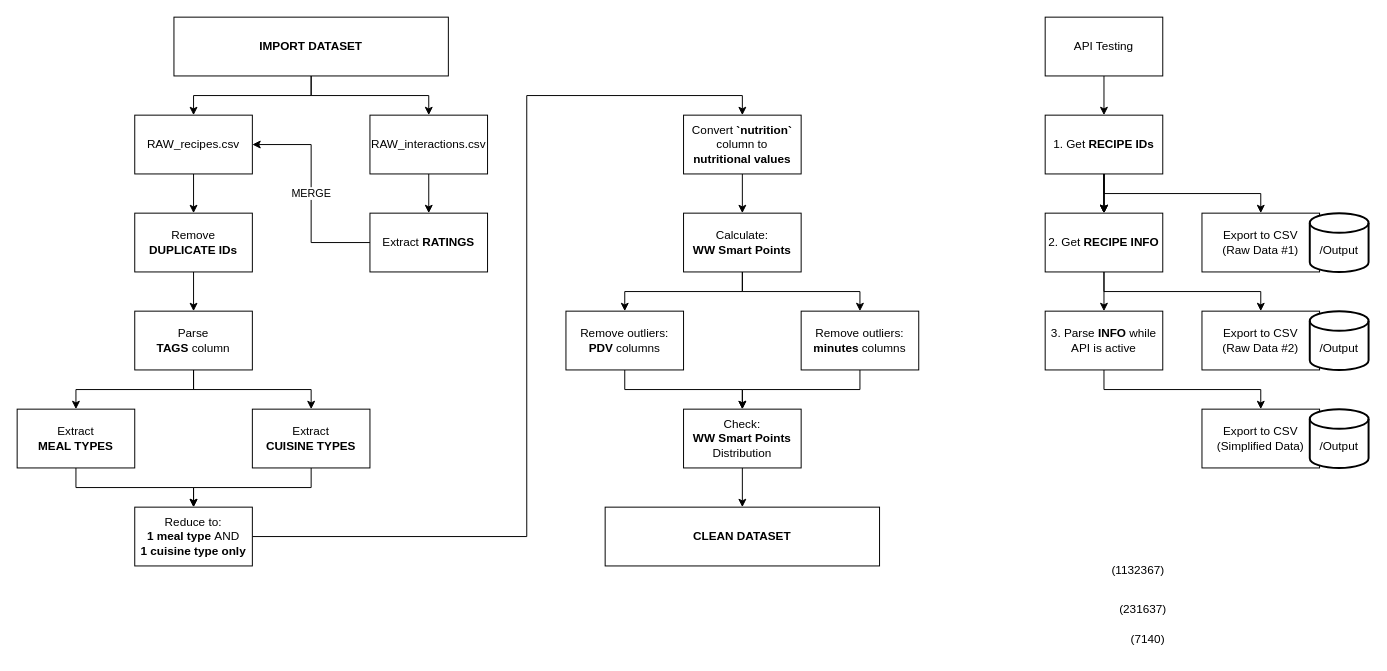
This is data_cleaning_process.drawio from alyssahondrade/Project1, a draw.io file, before an edit. Source tidied: cells renumbered, new cells numbered last; positions are measured from the earlier drawing's top-left corner, leaving out a move shared by most shapes. Both pictures are drawn from the tidied source at 98%, with x=0, y=0 at pixel (17, 17).
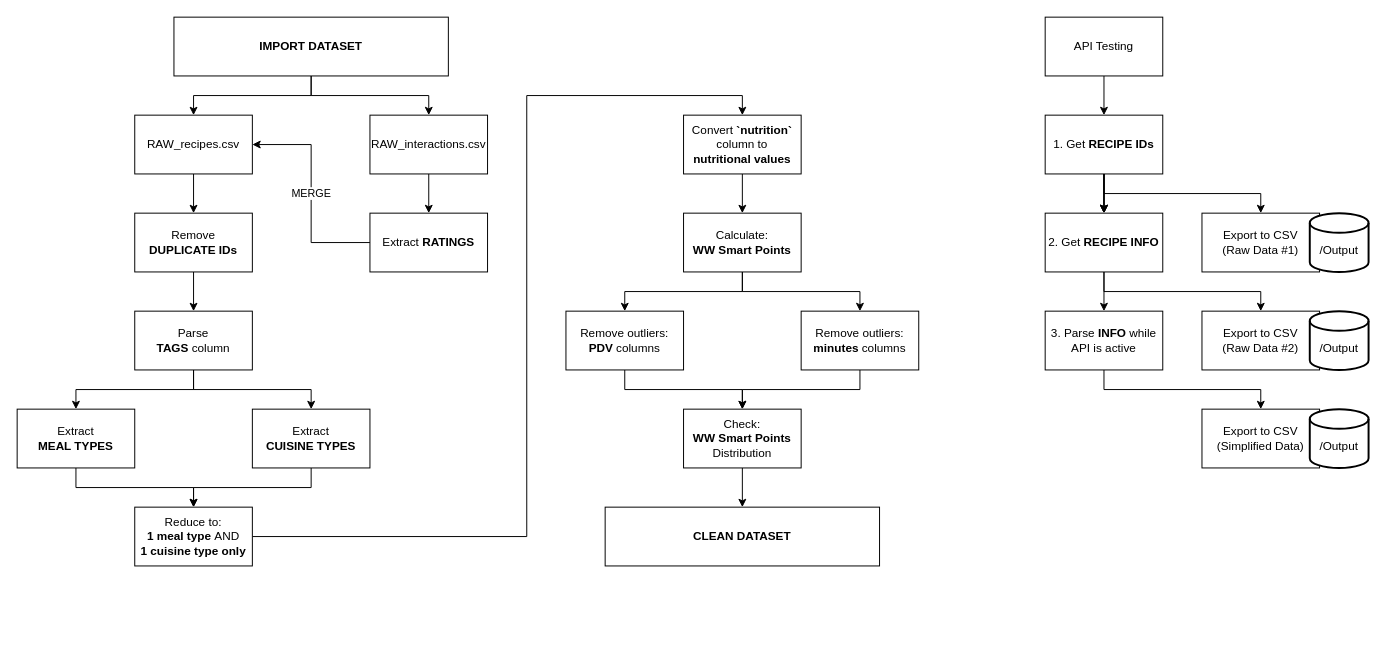
The same page after the edit.

The edit, as a diff of the source:
```diff
@@
-    <mxCell id="46" value="(231637)" style="text;html=1;strokeColor=none;fillColor=none;align=center;verticalAlign=middle;whiteSpace=wrap;rounded=0;fontFamily=Trebuchet MS;" parent="1" vertex="1">
-      <mxGeometry x="1119" y="590" width="60" height="30" as="geometry" />
-    </mxCell>
-    <mxCell id="47" value="(1132367)" style="text;html=1;strokeColor=none;fillColor=none;align=center;verticalAlign=middle;whiteSpace=wrap;rounded=0;fontFamily=Trebuchet MS;" parent="1" vertex="1">
-      <mxGeometry x="1109" y="550" width="70" height="30" as="geometry" />
-    </mxCell>
-    <mxCell id="48" value="(7140)" style="text;html=1;strokeColor=none;fillColor=none;align=center;verticalAlign=middle;whiteSpace=wrap;rounded=0;fontFamily=Trebuchet MS;" parent="1" vertex="1">
-      <mxGeometry x="1129" y="620" width="50" height="30" as="geometry" />
-    </mxCell>
```
